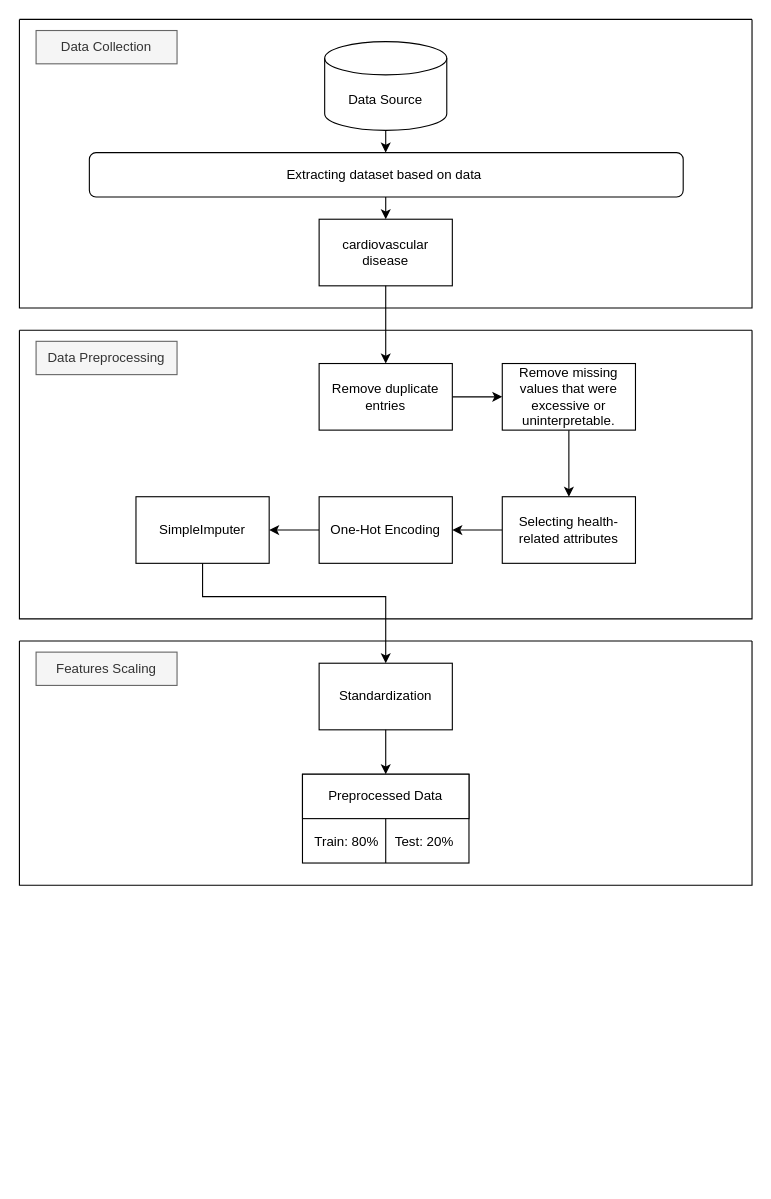
Jenny-Tanananya/Diagram keeps this draw.io diagram as pj.drawio. Above is the earlier version. Source tidied: cells renumbered, new cells numbered last; positions are measured from the earlier drawing's top-left corner, leaving out a move shared by most shapes. Both pictures are drawn from the tidied source at 111%, with x=0, y=0 at pixel (19, 19).
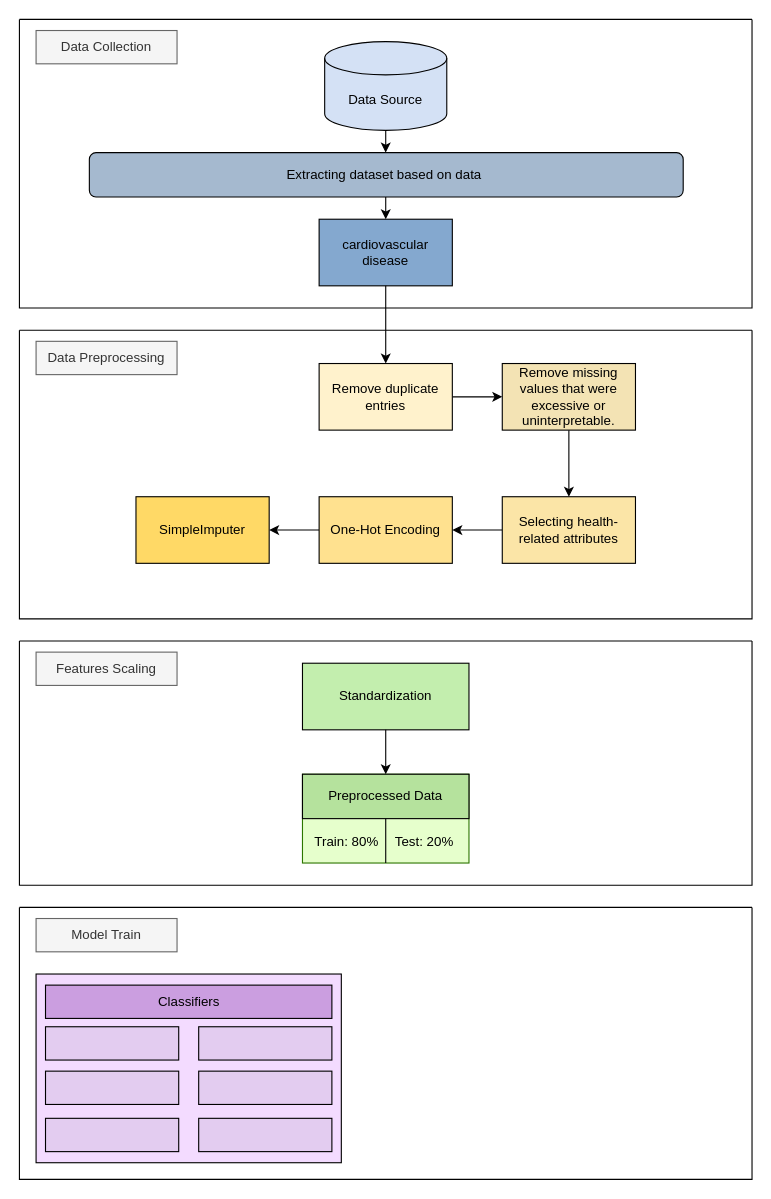
Above is the later version.

The change refers to these unchanged cells:
```xml
<mxCell id="9" style="swimlane;startSize=0;" parent="1" vertex="1">
  <mxGeometry y="280" width="660" height="260" as="geometry" />
</mxCell>
<mxCell id="21" style="swimlane;startSize=0;" parent="1" vertex="1">
  <mxGeometry y="560" width="660" height="220" as="geometry" />
</mxCell>
```

Change to the diagram source:
```diff
@@
-    <mxCell id="2" style="swimlane;startSize=0;" parent="1" vertex="1">
+    <mxCell id="2" style="swimlane;startSize=0;fillStyle=auto;" parent="1" vertex="1">
       <mxGeometry width="660" height="260" as="geometry" />
     </mxCell>
@@
-    <mxCell id="4" value="Data Source" style="shape=cylinder3;whiteSpace=wrap;html=1;boundedLbl=1;backgroundOutline=1;size=15;" parent="2" vertex="1">
+    <mxCell id="4" value="Data Source" style="shape=cylinder3;whiteSpace=wrap;html=1;boundedLbl=1;backgroundOutline=1;size=15;fillColor=#D4E1F5;" parent="2" vertex="1">
       <mxGeometry x="275" y="20" width="110" height="80" as="geometry" />
     </mxCell>
-    <mxCell id="5" value="Extracting dataset based on data&amp;nbsp;" style="rounded=1;whiteSpace=wrap;html=1;" parent="2" vertex="1">
+    <mxCell id="5" value="Extracting dataset based on data&amp;nbsp;" style="rounded=1;whiteSpace=wrap;html=1;fillColor=light-dark(#a5b9cf, #24374b);" parent="2" vertex="1">
       <mxGeometry x="63" y="120" width="535" height="40" as="geometry" />
     </mxCell>
-    <mxCell id="6" value="&lt;span&gt;cardiovascular&lt;br&gt;disease&lt;/span&gt;" style="rounded=0;whiteSpace=wrap;html=1;fontFamily=Helvetica;fontSize=12;" parent="2" vertex="1">
+    <mxCell id="6" value="&lt;span&gt;cardiovascular&lt;br&gt;disease&lt;/span&gt;" style="rounded=0;whiteSpace=wrap;html=1;fontFamily=Helvetica;fontSize=12;fillColor=light-dark(#84A8CF,#281D00);" parent="2" vertex="1">
       <mxGeometry x="270" y="180" width="120" height="60" as="geometry" />
     </mxCell>
@@
-    <mxCell id="11" value="Remove duplicate entries" style="rounded=0;whiteSpace=wrap;html=1;" parent="9" vertex="1">
+    <mxCell id="11" value="Remove duplicate entries" style="rounded=0;whiteSpace=wrap;html=1;fillColor=#FFF2CC;" parent="9" vertex="1">
       <mxGeometry x="270" y="30" width="120" height="60" as="geometry" />
     </mxCell>
@@
-    <mxCell id="13" value="&lt;p style=&quot;&quot;&gt;&lt;font&gt;Remove missing values that were excessive or uninterpretable.&lt;/font&gt;&lt;/p&gt;" style="rounded=0;whiteSpace=wrap;html=1;" parent="9" vertex="1">
+    <mxCell id="13" value="&lt;p style=&quot;&quot;&gt;&lt;font&gt;Remove missing values that were excessive or uninterpretable.&lt;/font&gt;&lt;/p&gt;" style="rounded=0;whiteSpace=wrap;html=1;fillColor=light-dark(#f3e3b4, #281d00);" parent="9" vertex="1">
       <mxGeometry x="435" y="30" width="120" height="60" as="geometry" />
     </mxCell>
@@
-    <mxCell id="15" value="&lt;p style=&quot;&quot;&gt;&lt;font&gt;Selecting health-related attributes&lt;/font&gt;&lt;/p&gt;" style="rounded=0;whiteSpace=wrap;html=1;" parent="9" vertex="1">
+    <mxCell id="15" value="&lt;p style=&quot;&quot;&gt;&lt;font&gt;Selecting health-related attributes&lt;/font&gt;&lt;/p&gt;" style="rounded=0;whiteSpace=wrap;html=1;fillColor=light-dark(#fbe5a7, #ededed);" parent="9" vertex="1">
       <mxGeometry x="435" y="150" width="120" height="60" as="geometry" />
     </mxCell>
@@
-    <mxCell id="17" value="One-Hot Encoding" style="rounded=0;whiteSpace=wrap;html=1;" parent="9" vertex="1">
+    <mxCell id="17" value="One-Hot Encoding" style="rounded=0;whiteSpace=wrap;html=1;fillColor=light-dark(#ffe18f, #ededed);" parent="9" vertex="1">
       <mxGeometry x="270" y="150" width="120" height="60" as="geometry" />
     </mxCell>
-    <mxCell id="18" value="&lt;span&gt;SimpleImputer&lt;/span&gt;" style="rounded=0;whiteSpace=wrap;html=1;" parent="9" vertex="1">
+    <mxCell id="18" value="&lt;span&gt;SimpleImputer&lt;/span&gt;" style="rounded=0;whiteSpace=wrap;html=1;fillColor=#FFD966;" parent="9" vertex="1">
       <mxGeometry x="105" y="150" width="120" height="60" as="geometry" />
     </mxCell>
@@
-    <mxCell id="22" style="rounded=0;whiteSpace=wrap;html=1;strokeColor=inherit;align=center;verticalAlign=middle;fontFamily=Helvetica;fontSize=16;fontColor=default;horizontal=0;fillColor=none;" parent="21" vertex="1">
+    <mxCell id="22" style="rounded=0;whiteSpace=wrap;html=1;strokeColor=#2D7600;align=center;verticalAlign=middle;fontFamily=Helvetica;fontSize=16;fontColor=#ffffff;horizontal=0;fillColor=light-dark(#e6ffcc, #4a890c);" parent="21" vertex="1">
       <mxGeometry x="255" y="120" width="150" height="80" as="geometry" />
     </mxCell>
-    <mxCell id="23" value="Preprocessed Data" style="rounded=0;whiteSpace=wrap;html=1;" parent="22" vertex="1">
+    <mxCell id="23" value="Preprocessed Data" style="rounded=0;whiteSpace=wrap;html=1;fillColor=light-dark(#b5e29d, #ededed);" parent="22" vertex="1">
       <mxGeometry width="150" height="40" as="geometry" />
     </mxCell>
@@
-    <mxCell id="27" value="Standardization" style="rounded=0;whiteSpace=wrap;html=1;" parent="21" vertex="1">
-      <mxGeometry x="270" y="20" width="120" height="60" as="geometry" />
+    <mxCell id="27" value="Standardization" style="rounded=0;whiteSpace=wrap;html=1;fillColor=#C3EEAE;" parent="21" vertex="1">
+      <mxGeometry x="255" y="20" width="150" height="60" as="geometry" />
     </mxCell>
@@
-    <mxCell id="30" style="edgeStyle=orthogonalEdgeStyle;rounded=0;jettySize=auto;html=1;fontFamily=Helvetica;fontSize=16;fontColor=default;horizontal=0;entryX=0.5;entryY=0;entryDx=0;entryDy=0;" parent="1" edge="1" source="18" target="27">
-      <mxGeometry relative="1" as="geometry">
-        <Array as="points">
-          <mxPoint x="165" y="520" />
-          <mxPoint x="330" y="520" />
-        </Array>
-      </mxGeometry>
-    </mxCell>
+    <mxCell id="31" style="swimlane;startSize=0;fillColor=light-dark(#f7e5ff, #ededed);" parent="1" vertex="1">
+      <mxGeometry y="800" width="660" height="245" as="geometry" />
+    </mxCell>
+    <mxCell id="32" value="Model Train" style="text;html=1;align=center;verticalAlign=middle;whiteSpace=wrap;rounded=0;fillColor=#f5f5f5;fontColor=#333333;strokeColor=#666666;" parent="31" vertex="1">
+      <mxGeometry x="15" y="10" width="127" height="30" as="geometry" />
+    </mxCell>
+    <mxCell id="33" style="rounded=0;whiteSpace=wrap;html=1;fillColor=light-dark(#f3dbff, #ededed);" parent="31" vertex="1">
+      <mxGeometry x="15" y="60" width="275" height="170" as="geometry" />
+    </mxCell>
+    <mxCell id="34" value="Classifiers" style="rounded=0;whiteSpace=wrap;html=1;fillColor=light-dark(#cb9ee0, #ededed);" parent="31" vertex="1">
+      <mxGeometry x="23.5" y="70" width="258" height="30" as="geometry" />
+    </mxCell>
+    <mxCell id="35" style="rounded=0;whiteSpace=wrap;html=1;fillColor=light-dark(#e3ccf0, #EDEDED);" parent="31" vertex="1">
+      <mxGeometry x="23.5" y="107.5" width="120" height="30" as="geometry" />
+    </mxCell>
+    <mxCell id="36" style="rounded=0;whiteSpace=wrap;html=1;fillColor=light-dark(#e3ccf0, #EDEDED);" parent="31" vertex="1">
+      <mxGeometry x="161.5" y="107.5" width="120" height="30" as="geometry" />
+    </mxCell>
+    <mxCell id="37" style="rounded=0;whiteSpace=wrap;html=1;fillColor=light-dark(#e3ccf0, #EDEDED);" parent="31" vertex="1">
+      <mxGeometry x="161.5" y="147.5" width="120" height="30" as="geometry" />
+    </mxCell>
+    <mxCell id="38" style="rounded=0;whiteSpace=wrap;html=1;fillColor=light-dark(#e3ccf0, #EDEDED);" parent="31" vertex="1">
+      <mxGeometry x="161.5" y="190" width="120" height="30" as="geometry" />
+    </mxCell>
+    <mxCell id="39" style="rounded=0;whiteSpace=wrap;html=1;fillColor=light-dark(#e3ccf0, #EDEDED);" parent="31" vertex="1">
+      <mxGeometry x="23.5" y="147.5" width="120" height="30" as="geometry" />
+    </mxCell>
+    <mxCell id="40" style="rounded=0;whiteSpace=wrap;html=1;fillColor=light-dark(#e3ccf0, #EDEDED);" parent="31" vertex="1">
+      <mxGeometry x="23.5" y="190" width="120" height="30" as="geometry" />
+    </mxCell>
```
